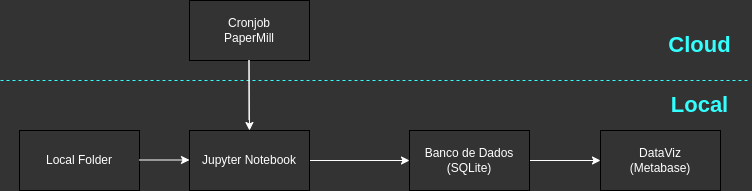
This is img/deploy_infra_v1.png from AndreMenezesDS/PA005_clustering_fidelity_program, a draw.io export, as it was before one commit. Source tidied: cells renumbered, new cells last; positions are measured from the earlier drawing's top-left corner, leaving out a move shared by most shapes.
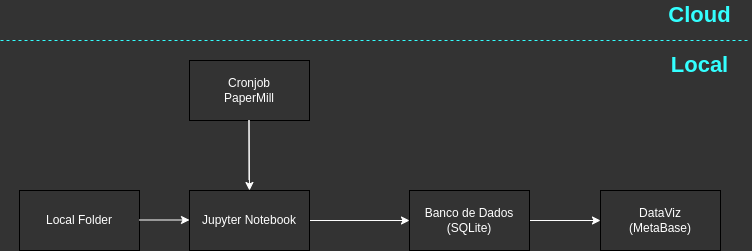
After the change.

Diff of the diagram source:
```diff
@@ -2,12 +2,9 @@
   <root>
     <mxCell id="0" />
     <mxCell id="1" parent="0" />
-    <mxCell id="2" style="rounded=0;whiteSpace=wrap;html=1;fillColor=#333333;" parent="1" vertex="1">
+    <mxCell id="2" value="&lt;font style=&quot;background-color: rgb(51, 51, 51);&quot; color=&quot;#ffffff&quot;&gt;DataViz&lt;/font&gt;&lt;div&gt;&lt;font style=&quot;background-color: rgb(51, 51, 51);&quot; color=&quot;#ffffff&quot;&gt;(MetaBase)&lt;/font&gt;&lt;/div&gt;" style="rounded=0;whiteSpace=wrap;html=1;fillColor=#333333;" parent="1" vertex="1">
       <mxGeometry x="600" y="130" width="120" height="60" as="geometry" />
     </mxCell>
-    <mxCell id="3" value="&lt;font color=&quot;#ffffff&quot;&gt;DataViz&lt;/font&gt;&lt;div&gt;&lt;font color=&quot;#ffffff&quot;&gt;(Metabase)&lt;/font&gt;&lt;/div&gt;" style="text;html=1;align=center;verticalAlign=middle;whiteSpace=wrap;rounded=0;" parent="1" vertex="1">
-      <mxGeometry x="630" y="145" width="60" height="30" as="geometry" />
-    </mxCell>
     <mxCell id="4" style="edgeStyle=orthogonalEdgeStyle;rounded=0;jettySize=auto;html=1;strokeColor=#FFFFFF;" parent="1" edge="1" source="5" target="14">
       <mxGeometry relative="1" as="geometry" />
     </mxCell>
@@ -16,8 +13,8 @@
     </mxCell>
     <mxCell id="6" style="endArrow=none;dashed=1;html=1;rounded=0;fillColor=#dae8fc;strokeColor=#33FFFF;" parent="1" edge="1">
       <mxGeometry relative="1" as="geometry">
-        <mxPoint y="80" as="sourcePoint" />
-        <mxPoint x="750" y="80" as="targetPoint" />
+        <mxPoint y="-20" as="sourcePoint" />
+        <mxPoint x="750" y="-20" as="targetPoint" />
       </mxGeometry>
     </mxCell>
     <mxCell id="7" value="&lt;div&gt;&lt;font color=&quot;#ffffff&quot;&gt;Cronjob&lt;/font&gt;&lt;/div&gt;&lt;font color=&quot;#ffffff&quot;&gt;PaperMill&lt;/font&gt;" style="rounded=0;whiteSpace=wrap;html=1;fillColor=#333333;" parent="1" vertex="1">
@@ -43,10 +40,10 @@
       </mxGeometry>
     </mxCell>
     <mxCell id="11" value="&lt;font color=&quot;#33ffff&quot; style=&quot;font-size: 22px;&quot;&gt;&lt;b style=&quot;&quot;&gt;Cloud&lt;/b&gt;&lt;/font&gt;" style="text;strokeColor=none;align=center;fillColor=none;html=1;verticalAlign=middle;whiteSpace=wrap;rounded=0;" parent="1" vertex="1">
-      <mxGeometry x="659" y="30" width="81" height="30" as="geometry" />
+      <mxGeometry x="659" y="-60" width="81" height="30" as="geometry" />
     </mxCell>
     <mxCell id="12" value="&lt;font color=&quot;#33ffff&quot; style=&quot;font-size: 22px;&quot;&gt;&lt;b style=&quot;&quot;&gt;Local&lt;/b&gt;&lt;/font&gt;" style="text;strokeColor=none;align=center;fillColor=none;html=1;verticalAlign=middle;whiteSpace=wrap;rounded=0;" parent="1" vertex="1">
-      <mxGeometry x="659" y="90" width="81" height="30" as="geometry" />
+      <mxGeometry x="659" y="-10" width="81" height="30" as="geometry" />
     </mxCell>
     <mxCell id="13" style="edgeStyle=orthogonalEdgeStyle;rounded=0;jettySize=auto;html=1;exitX=1;exitY=0.5;exitDx=0;exitDy=0;entryX=0;entryY=0.5;entryDx=0;entryDy=0;strokeColor=#FFFFFF;" parent="1" edge="1" source="14" target="2">
       <mxGeometry relative="1" as="geometry" />
```
